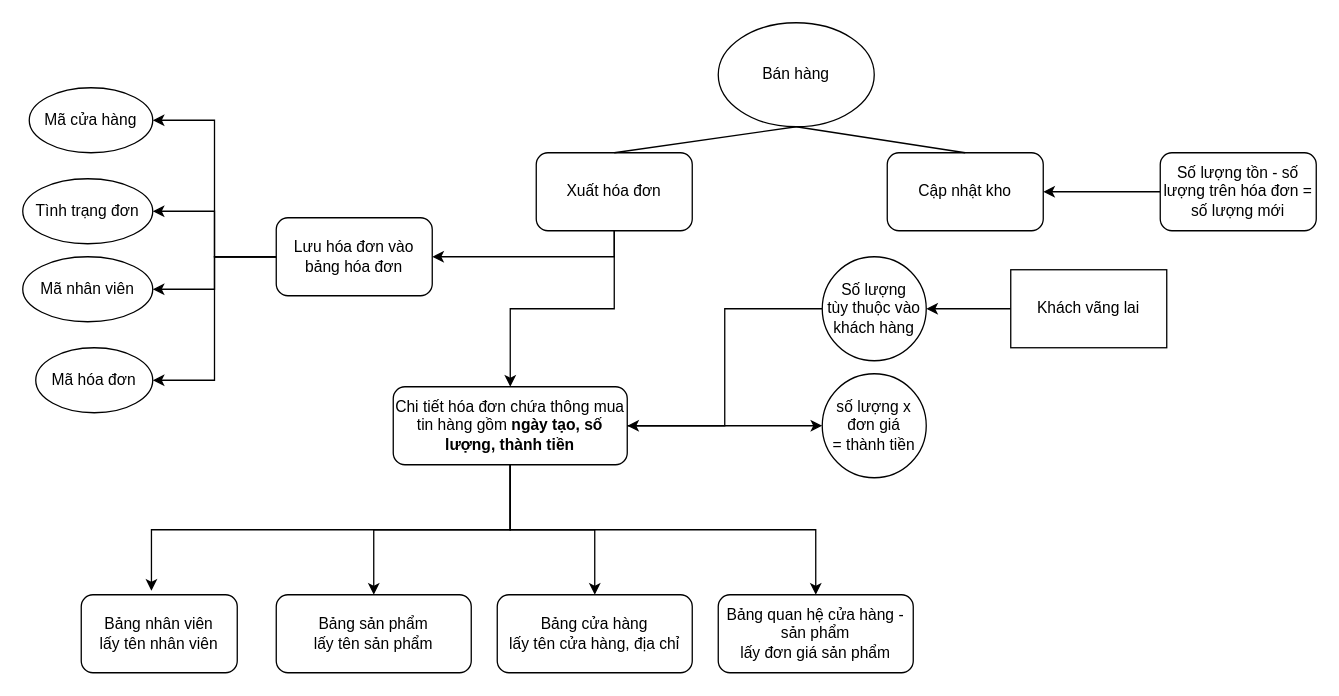
Earlier version of the draw.io diagram PhanTich.drawio (letranvinhthang/App). Source tidied: cells renumbered, new cells numbered last; positions are measured from the earlier drawing's top-left corner, leaving out a move shared by most shapes. Both pictures are drawn from the tidied source at 130%, with x=0, y=0 at pixel (22, 22).
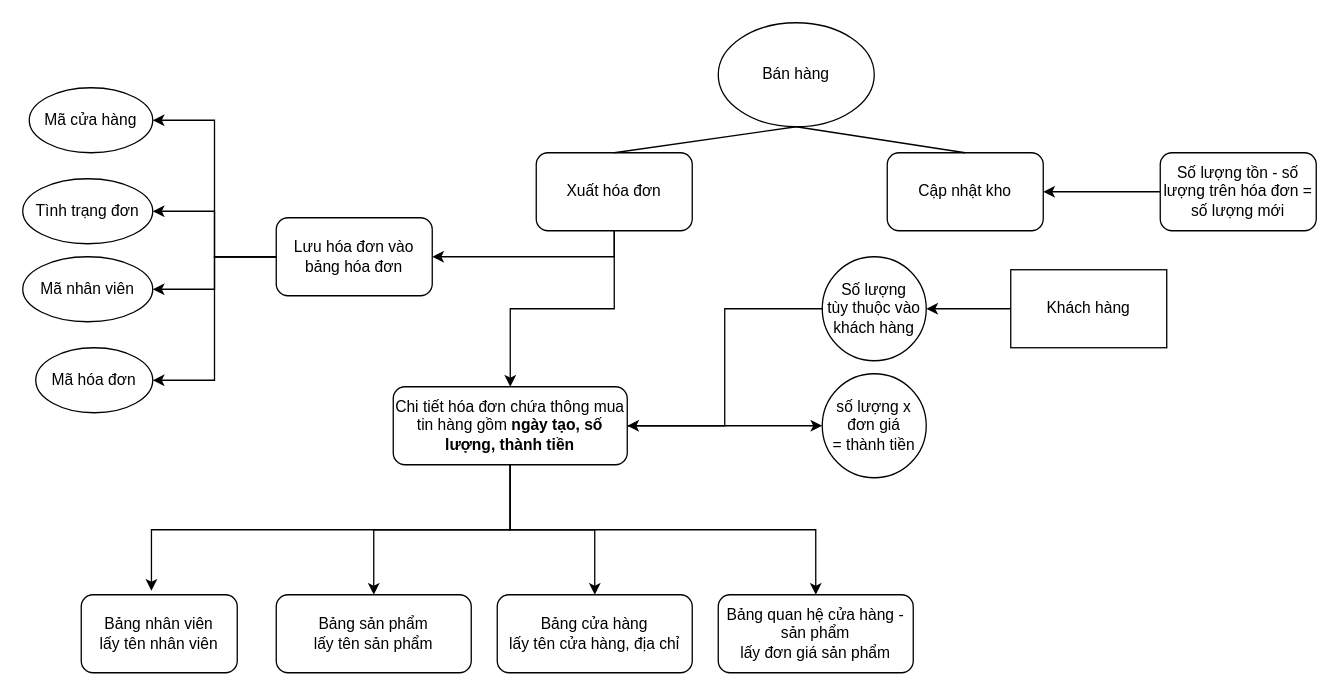
Above is the later version.

Change to the diagram source:
```diff
@@
-    <mxCell id="34" value="Khách vãng lai" style="rounded=0;whiteSpace=wrap;html=1;" parent="1" vertex="1">
+    <mxCell id="34" value="Khách hàng" style="rounded=0;whiteSpace=wrap;html=1;" parent="1" vertex="1">
       <mxGeometry x="760" y="190" width="120" height="60" as="geometry" />
     </mxCell>
```
